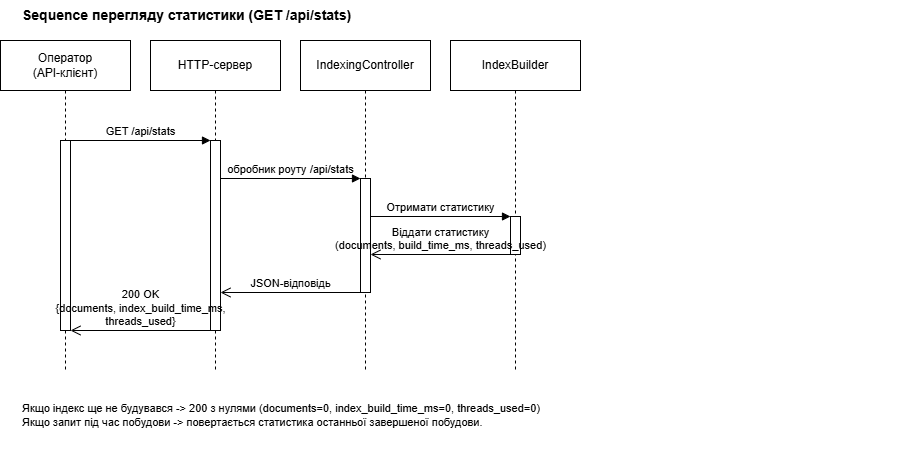
The draw.io diagram docs/diagrams/sequence-stats.drawio.png in KarasovDmytro/course_work_parallel_computing, before a commit. Source tidied: cells renumbered, new cells last; positions are measured from the earlier drawing's top-left corner, leaving out a move shared by most shapes.
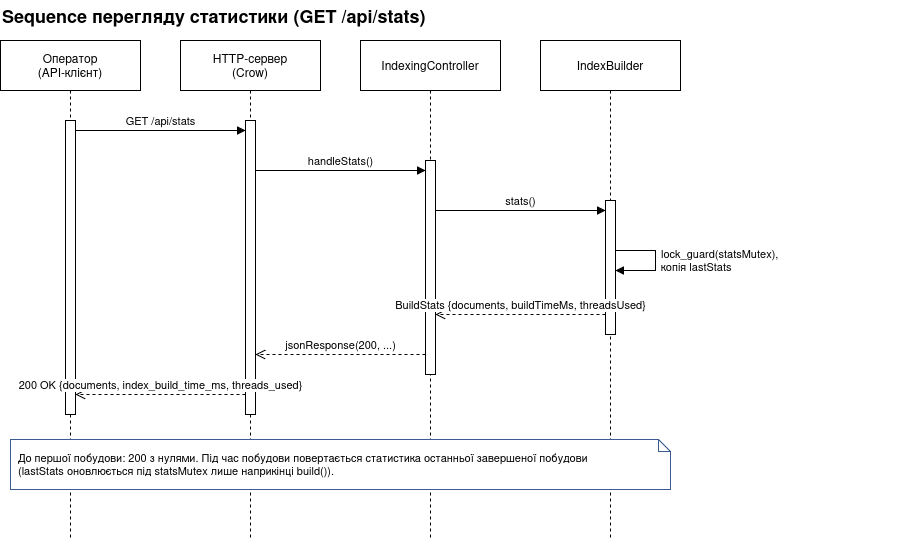
The same diagram one commit later.

Change to the diagram source:
```diff
@@ -2,71 +2,81 @@
   <root>
     <mxCell id="0" />
     <mxCell id="1" parent="0" />
-    <mxCell id="2" value="Sequence перегляду статистики (GET /api/stats)" style="text;html=1;align=left;verticalAlign=middle;fontSize=11;fontStyle=1;fontSize=14;" parent="1" vertex="1">
-      <mxGeometry x="20" width="900" height="30" as="geometry" />
+    <mxCell id="2" value="&lt;font style=&quot;font-size: 18px;&quot;&gt;Sequence перегляду статистики (GET /api/stats)&lt;/font&gt;" style="text;html=1;align=left;verticalAlign=middle;fontStyle=1;fontSize=14;" parent="1" vertex="1">
+      <mxGeometry x="20" y="10" width="900" height="30" as="geometry" />
     </mxCell>
     <mxCell id="3" value="Оператор&lt;br&gt;(API-клієнт)" style="shape=umlLifeline;perimeter=lifelinePerimeter;whiteSpace=wrap;html=1;size=50;" parent="1" vertex="1">
-      <mxGeometry y="40" width="130" height="330" as="geometry" />
+      <mxGeometry x="20" y="50" width="140" height="499" as="geometry" />
     </mxCell>
-    <mxCell id="4" value="HTTP-сервер" style="shape=umlLifeline;perimeter=lifelinePerimeter;whiteSpace=wrap;html=1;size=50;" parent="1" vertex="1">
-      <mxGeometry x="150" y="40" width="130" height="330" as="geometry" />
-    </mxCell>
+    <mxCell id="18" value="HTTP-сервер&lt;br&gt;(Crow)" style="shape=umlLifeline;perimeter=lifelinePerimeter;whiteSpace=wrap;html=1;size=50;" parent="1" vertex="1">
+      <mxGeometry x="200" y="50" width="140" height="499" as="geometry" />
+    </mxCell>
     <mxCell id="5" value="IndexingController" style="shape=umlLifeline;perimeter=lifelinePerimeter;whiteSpace=wrap;html=1;size=50;" parent="1" vertex="1">
-      <mxGeometry x="300" y="40" width="130" height="330" as="geometry" />
+      <mxGeometry x="380" y="50" width="140" height="499" as="geometry" />
     </mxCell>
     <mxCell id="6" value="IndexBuilder" style="shape=umlLifeline;perimeter=lifelinePerimeter;whiteSpace=wrap;html=1;size=50;" parent="1" vertex="1">
-      <mxGeometry x="450" y="40" width="130" height="330" as="geometry" />
+      <mxGeometry x="560" y="50" width="140" height="499" as="geometry" />
     </mxCell>
-    <mxCell id="7" style="html=1;perimeter=orthogonalPerimeter;targetShapes=umlLifeline;fillColor=#FFFFFF;strokeColor=#030303;" parent="1" vertex="1">
-      <mxGeometry x="60" y="140" width="10" height="190" as="geometry" />
-    </mxCell>
-    <mxCell id="8" style="html=1;perimeter=orthogonalPerimeter;targetShapes=umlLifeline;fillColor=#FFFFFF;strokeColor=#030303;" parent="1" vertex="1">
-      <mxGeometry x="210" y="140" width="10" height="190" as="geometry" />
-    </mxCell>
-    <mxCell id="9" style="html=1;perimeter=orthogonalPerimeter;targetShapes=umlLifeline;fillColor=#FFFFFF;strokeColor=#030303;" parent="1" vertex="1">
-      <mxGeometry x="360" y="178" width="10" height="114" as="geometry" />
-    </mxCell>
-    <mxCell id="10" style="html=1;perimeter=orthogonalPerimeter;targetShapes=umlLifeline;fillColor=#FFFFFF;strokeColor=#030303;" parent="1" vertex="1">
-      <mxGeometry x="510" y="216" width="10" height="38" as="geometry" />
-    </mxCell>
+    <mxCell id="19" style="html=1;perimeter=orthogonalPerimeter;targetShapes=umlLifeline;fillColor=#FFFFFF;strokeColor=#000000;" parent="1" vertex="1">
+      <mxGeometry x="85" y="130" width="10" height="294" as="geometry" />
+    </mxCell>
+    <mxCell id="20" style="html=1;perimeter=orthogonalPerimeter;targetShapes=umlLifeline;fillColor=#FFFFFF;strokeColor=#000000;" parent="1" vertex="1">
+      <mxGeometry x="265" y="130" width="10" height="294" as="geometry" />
+    </mxCell>
+    <mxCell id="21" style="html=1;perimeter=orthogonalPerimeter;targetShapes=umlLifeline;fillColor=#FFFFFF;strokeColor=#000000;" parent="1" vertex="1">
+      <mxGeometry x="445" y="170" width="10" height="214" as="geometry" />
+    </mxCell>
+    <mxCell id="22" style="html=1;perimeter=orthogonalPerimeter;targetShapes=umlLifeline;fillColor=#FFFFFF;strokeColor=#000000;" parent="1" vertex="1">
+      <mxGeometry x="625" y="210" width="10" height="134" as="geometry" />
+    </mxCell>
     <mxCell id="11" value="GET /api/stats" style="html=1;verticalAlign=bottom;endArrow=block;curved=0;rounded=0;" parent="1" edge="1">
       <mxGeometry relative="1" as="geometry">
-        <mxPoint x="70" y="140" as="sourcePoint" />
-        <mxPoint x="210" y="140" as="targetPoint" />
+        <mxPoint x="95" y="140" as="sourcePoint" />
+        <mxPoint x="265" y="140" as="targetPoint" />
       </mxGeometry>
     </mxCell>
-    <mxCell id="12" value="обробник роуту /api/stats" style="html=1;verticalAlign=bottom;endArrow=block;curved=0;rounded=0;labelBackgroundColor=none;" parent="1" edge="1">
-      <mxGeometry relative="1" as="geometry">
-        <mxPoint x="220" y="178" as="sourcePoint" />
-        <mxPoint x="360" y="178" as="targetPoint" />
-      </mxGeometry>
-    </mxCell>
-    <mxCell id="13" value="Отримати статистику" style="html=1;verticalAlign=bottom;endArrow=block;curved=0;rounded=0;" parent="1" edge="1">
-      <mxGeometry relative="1" as="geometry">
-        <mxPoint x="370" y="216" as="sourcePoint" />
-        <mxPoint x="510" y="216" as="targetPoint" />
-      </mxGeometry>
-    </mxCell>
-    <mxCell id="14" value="Віддати статистику&lt;br&gt;(documents, build_time_ms, threads_used)" style="html=1;verticalAlign=bottom;endArrow=open;endSize=8;curved=0;rounded=0;labelBackgroundColor=none;strokeColor=#030303;" parent="1" edge="1">
-      <mxGeometry relative="1" as="geometry">
-        <mxPoint x="510" y="254" as="sourcePoint" />
-        <mxPoint x="370" y="254" as="targetPoint" />
-      </mxGeometry>
-    </mxCell>
-    <mxCell id="15" value="JSON-відповідь" style="html=1;verticalAlign=bottom;endArrow=open;endSize=8;curved=0;rounded=0;" parent="1" edge="1">
-      <mxGeometry relative="1" as="geometry">
-        <mxPoint x="360" y="292" as="sourcePoint" />
-        <mxPoint x="220" y="292" as="targetPoint" />
-      </mxGeometry>
-    </mxCell>
+    <mxCell id="23" value="handleStats()" style="html=1;verticalAlign=bottom;endArrow=block;curved=0;rounded=0;" parent="1" edge="1">
+      <mxGeometry relative="1" as="geometry">
+        <mxPoint x="275" y="180" as="sourcePoint" />
+        <mxPoint x="445" y="180" as="targetPoint" />
+      </mxGeometry>
+    </mxCell>
+    <mxCell id="24" value="stats()" style="html=1;verticalAlign=bottom;endArrow=block;curved=0;rounded=0;" parent="1" edge="1">
+      <mxGeometry relative="1" as="geometry">
+        <mxPoint x="455" y="220" as="sourcePoint" />
+        <mxPoint x="625" y="220" as="targetPoint" />
+      </mxGeometry>
+    </mxCell>
+    <mxCell id="25" value="lock_guard(statsMutex),&lt;br&gt;копія lastStats" style="html=1;align=left;spacingLeft=4;endArrow=block;rounded=0;curved=0;" parent="1" edge="1">
+      <mxGeometry relative="1" as="geometry">
+        <mxPoint x="635" y="260" as="sourcePoint" />
+        <mxPoint x="635" y="280" as="targetPoint" />
+        <Array as="points">
+          <mxPoint x="675" y="260" />
+          <mxPoint x="675" y="280" />
+        </Array>
+      </mxGeometry>
+    </mxCell>
+    <mxCell id="26" value="BuildStats {documents, buildTimeMs, threadsUsed}" style="html=1;verticalAlign=bottom;endArrow=open;dashed=1;endSize=8;curved=0;rounded=0;" parent="1" edge="1">
+      <mxGeometry relative="1" as="geometry">
+        <mxPoint x="625" y="324" as="sourcePoint" />
+        <mxPoint x="455" y="324" as="targetPoint" />
+      </mxGeometry>
+    </mxCell>
+    <mxCell id="27" value="jsonResponse(200, ...)" style="html=1;verticalAlign=bottom;endArrow=open;dashed=1;endSize=8;curved=0;rounded=0;" parent="1" edge="1">
+      <mxGeometry relative="1" as="geometry">
+        <mxPoint x="445" y="364" as="sourcePoint" />
+        <mxPoint x="275" y="364" as="targetPoint" />
+      </mxGeometry>
+    </mxCell>
-    <mxCell id="16" value="&lt;span&gt;200 OK&lt;br&gt;{documents, index_build_time_ms,&lt;br&gt;threads_used}&lt;/span&gt;" style="html=1;verticalAlign=bottom;endArrow=open;endSize=8;curved=0;rounded=0;labelBackgroundColor=none;" parent="1" edge="1">
+    <mxCell id="16" value="200 OK {documents, index_build_time_ms, threads_used}" style="html=1;verticalAlign=bottom;endArrow=open;dashed=1;endSize=8;curved=0;rounded=0;" parent="1" edge="1">
       <mxGeometry relative="1" as="geometry">
-        <mxPoint x="210" y="330" as="sourcePoint" />
-        <mxPoint x="70" y="330" as="targetPoint" />
+        <mxPoint x="265" y="404" as="sourcePoint" />
+        <mxPoint x="95" y="404" as="targetPoint" />
       </mxGeometry>
     </mxCell>
-    <mxCell id="17" value="Якщо індекс ще не будувався -&amp;gt; 200 з нулями (documents=0, index_build_time_ms=0, threads_used=0)&lt;div&gt;Якщо запит під час побудови -&amp;gt; повертається статистика останньої завершеної побудови.&lt;/div&gt;" style="text;html=1;align=left;verticalAlign=middle;fontSize=11;fontSize=11;whiteSpace=wrap;" parent="1" vertex="1">
-      <mxGeometry x="20" y="375" width="760" height="80" as="geometry" />
-    </mxCell>
+    <mxCell id="28" value="До першої побудови: 200 з нулями. Під час побудови повертається статистика останньої завершеної побудови&lt;br&gt;(lastStats оновлюється під statsMutex лише наприкінці build())." style="shape=note;size=12;whiteSpace=wrap;html=1;fillColor=#FFFFFF;strokeColor=#3B5B92;align=left;spacingLeft=6;fontSize=11;" parent="1" vertex="1">
+      <mxGeometry x="30" y="449" width="660" height="50" as="geometry" />
+    </mxCell>
   </root>
 </mxGraphModel>
```
